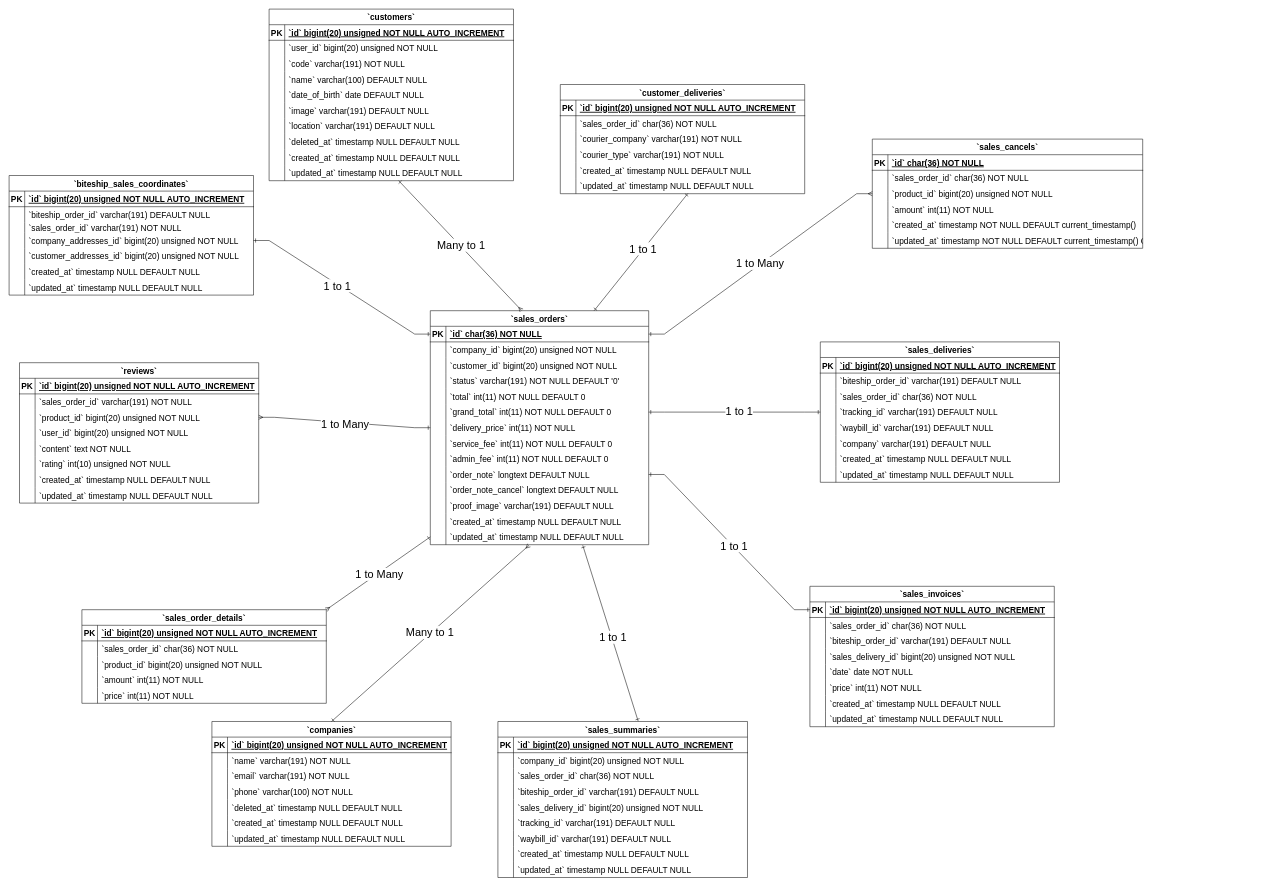
Simasco/diagram keeps this draw.io diagram as Sales Orders ERD Diagram.drawio. Above is the earlier version. Source tidied: cells renumbered, new cells numbered last; positions are measured from the earlier drawing's top-left corner, leaving out a move shared by most shapes. Both pictures are drawn from the tidied source at 52%, with x=0, y=0 at pixel (9, 9).
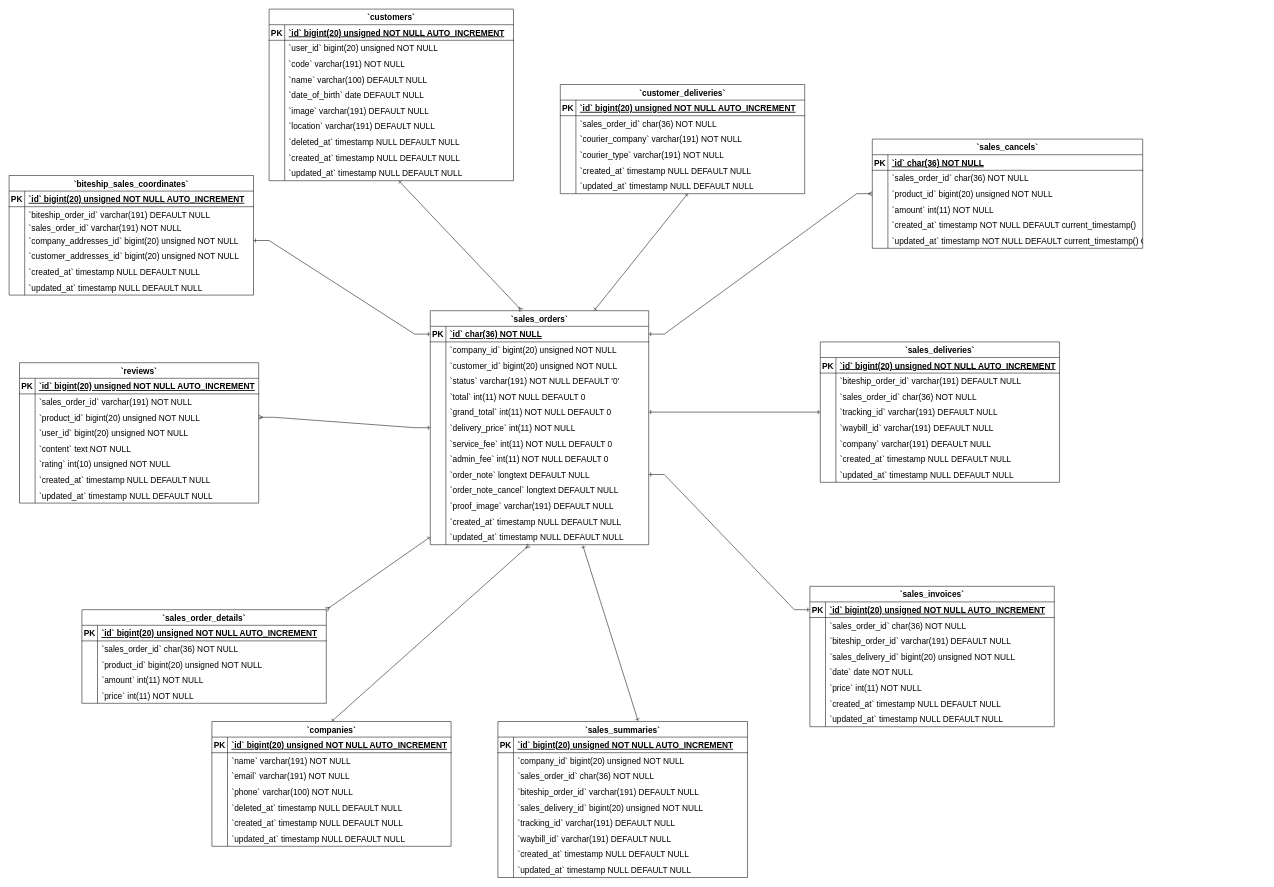
After the change.

The change refers to these unchanged cells:
```xml
<mxCell id="277" style="edgeStyle=entityRelationEdgeStyle;fontSize=12;html=1;endArrow=ERmany;rounded=0;exitX=1;exitY=0.5;exitDx=0;exitDy=0;endFill=0;startArrow=ERone;startFill=0;" parent="1" edge="1" source="25" target="171">
  <mxGeometry relative="1" as="geometry">
    <Array as="points">
      <mxPoint x="1200" y="560" />
      <mxPoint x="990" y="840" />
    </Array>
  </mxGeometry>
</mxCell>
<mxCell id="279" style="edgeStyle=entityRelationEdgeStyle;fontSize=12;html=1;endArrow=ERone;startArrow=ERone;rounded=0;exitX=1;exitY=0.5;exitDx=0;exitDy=0;entryX=0;entryY=0.5;entryDx=0;entryDy=0;startFill=0;endFill=0;" parent="1" edge="1" source="40" target="193">
  <mxGeometry relative="1" as="geometry" />
</mxCell>
<mxCell id="281" style="edgeStyle=entityRelationEdgeStyle;fontSize=12;html=1;endArrow=ERone;startArrow=ERone;rounded=0;exitX=1;exitY=0.5;exitDx=0;exitDy=0;entryX=0;entryY=0.5;entryDx=0;entryDy=0;startFill=0;endFill=0;" parent="1" edge="1" source="52" target="209">
  <mxGeometry relative="1" as="geometry">
    <Array as="points">
      <mxPoint x="1230" y="1040" />
    </Array>
  </mxGeometry>
</mxCell>
<mxCell id="283" style="fontSize=12;html=1;endArrow=ERmany;rounded=0;exitX=0.5;exitY=0;exitDx=0;exitDy=0;entryX=0.452;entryY=1.039;entryDx=0;entryDy=0;entryPerimeter=0;endFill=0;startArrow=ERone;startFill=0;" parent="1" edge="1" source="2" target="64">
  <mxGeometry relative="1" as="geometry" />
</mxCell>
<mxCell id="285" style="fontSize=12;html=1;endArrow=ERmany;rounded=0;exitX=0;exitY=0.5;exitDx=0;exitDy=0;entryX=1;entryY=0;entryDx=0;entryDy=0;startArrow=ERone;startFill=0;endFill=0;" parent="1" edge="1" source="64" target="233">
  <mxGeometry relative="1" as="geometry" />
</mxCell>
<mxCell id="287" style="edgeStyle=entityRelationEdgeStyle;fontSize=12;html=1;endArrow=ERmany;rounded=0;exitX=0;exitY=0.5;exitDx=0;exitDy=0;entryX=1;entryY=0.5;entryDx=0;entryDy=0;startArrow=ERone;startFill=0;endFill=0;" parent="1" edge="1" source="43" target="146">
  <mxGeometry relative="1" as="geometry">
    <Array as="points">
      <mxPoint x="1260" y="640" />
      <mxPoint x="1210" y="570" />
      <mxPoint x="1000" y="850" />
    </Array>
  </mxGeometry>
</mxCell>
<mxCell id="289" style="edgeStyle=entityRelationEdgeStyle;fontSize=12;html=1;endArrow=ERone;startArrow=ERone;rounded=0;exitX=0;exitY=0.5;exitDx=0;exitDy=0;entryX=1;entryY=0.5;entryDx=0;entryDy=0;startFill=0;endFill=0;" parent="1" edge="1" source="25" target="108">
  <mxGeometry relative="1" as="geometry" />
</mxCell>
<mxCell id="291" style="fontSize=12;html=1;endArrow=ERmany;rounded=0;entryX=0.418;entryY=-0.001;entryDx=0;entryDy=0;endFill=0;startArrow=ERone;startFill=0;entryPerimeter=0;" parent="1" edge="1" source="95" target="24">
  <mxGeometry relative="1" as="geometry" />
</mxCell>
<mxCell id="293" style="fontSize=12;html=1;endArrow=ERone;startArrow=ERone;rounded=0;exitX=0.75;exitY=0;exitDx=0;exitDy=0;startFill=0;endFill=0;entryX=0.522;entryY=0.984;entryDx=0;entryDy=0;entryPerimeter=0;" parent="1" edge="1" source="24" target="136">
  <mxGeometry relative="1" as="geometry" />
</mxCell>
<mxCell id="295" style="fontSize=12;html=1;endArrow=ERone;startArrow=ERone;rounded=0;exitX=0.698;exitY=1.039;exitDx=0;exitDy=0;entryX=0.562;entryY=-0.002;entryDx=0;entryDy=0;exitPerimeter=0;entryPerimeter=0;startFill=0;endFill=0;" parent="1" edge="1" source="64" target="249">
  <mxGeometry relative="1" as="geometry" />
</mxCell>
```

Change to the diagram source:
```diff
@@
-    <mxCell id="278" value="&lt;font style=&quot;font-size: 21px;&quot;&gt;1 to Many&lt;/font&gt;" style="edgeLabel;html=1;align=center;verticalAlign=middle;" parent="277" vertex="1">
-      <mxGeometry y="2" relative="1" as="geometry" />
-    </mxCell>
@@
-    <mxCell id="280" value="&lt;font style=&quot;font-size: 21px;&quot;&gt;1 to 1&lt;/font&gt;" style="edgeLabel;html=1;align=center;verticalAlign=middle;" parent="279" vertex="1">
-      <mxGeometry x="0.05" y="2" relative="1" as="geometry" />
-    </mxCell>
@@
-    <mxCell id="282" value="&lt;font style=&quot;font-size: 21px;&quot;&gt;1 to 1&lt;/font&gt;" style="edgeLabel;html=1;align=center;verticalAlign=middle;" parent="281" vertex="1">
-      <mxGeometry x="0.05" y="2" relative="1" as="geometry" />
-    </mxCell>
@@
-    <mxCell id="284" value="&lt;font style=&quot;font-size: 21px;&quot;&gt;Many to 1&lt;/font&gt;" style="edgeLabel;html=1;align=center;verticalAlign=middle;" parent="283" vertex="1">
-      <mxGeometry y="2" relative="1" as="geometry" />
-    </mxCell>
@@
-    <mxCell id="286" value="&lt;font style=&quot;font-size: 21px;&quot;&gt;1 to Many&lt;/font&gt;" style="edgeLabel;html=1;align=center;verticalAlign=middle;" parent="285" vertex="1">
-      <mxGeometry y="2" relative="1" as="geometry" />
-    </mxCell>
@@
-    <mxCell id="288" value="&lt;font style=&quot;font-size: 21px;&quot;&gt;1 to Many&lt;/font&gt;" style="edgeLabel;html=1;align=center;verticalAlign=middle;" parent="287" vertex="1">
-      <mxGeometry y="2" relative="1" as="geometry" />
-    </mxCell>
@@
-    <mxCell id="290" value="&lt;font style=&quot;font-size: 21px;&quot;&gt;1 to 1&lt;/font&gt;" style="edgeLabel;html=1;align=center;verticalAlign=middle;" parent="289" vertex="1">
-      <mxGeometry x="0.05" y="2" relative="1" as="geometry" />
-    </mxCell>
@@
-    <mxCell id="292" value="&lt;font style=&quot;font-size: 21px;&quot;&gt;Many to 1&lt;/font&gt;" style="edgeLabel;html=1;align=center;verticalAlign=middle;" parent="291" vertex="1">
-      <mxGeometry y="2" relative="1" as="geometry" />
-    </mxCell>
@@
-    <mxCell id="294" value="&lt;font style=&quot;font-size: 21px;&quot;&gt;1 to 1&lt;/font&gt;" style="edgeLabel;html=1;align=center;verticalAlign=middle;" parent="293" vertex="1">
-      <mxGeometry x="0.05" y="2" relative="1" as="geometry" />
-    </mxCell>
@@
-    <mxCell id="296" value="&lt;font style=&quot;font-size: 21px;&quot;&gt;1 to 1&lt;/font&gt;" style="edgeLabel;html=1;align=center;verticalAlign=middle;" parent="295" vertex="1">
-      <mxGeometry x="0.05" y="2" relative="1" as="geometry" />
-    </mxCell>
```
